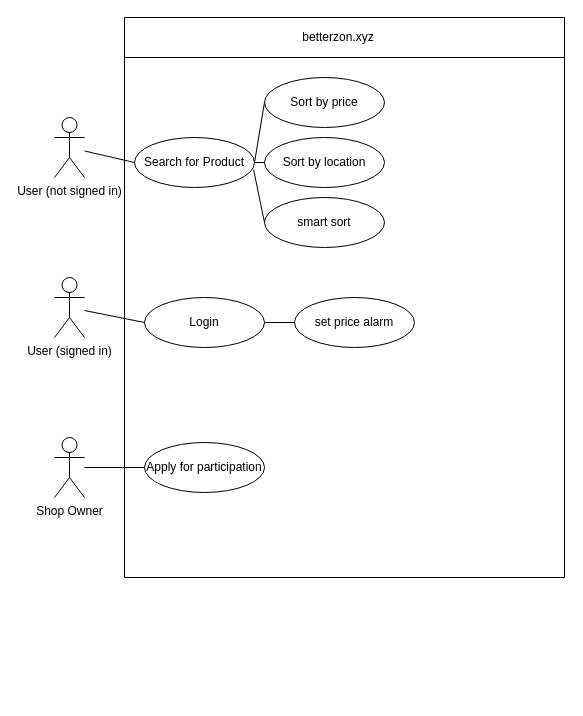
Before: doku/use-case-betterzon.drawio in Mueller-Patrick/Betterzon, a draw.io diagram. Source tidied: cells renumbered, new cells numbered last; positions are measured from the earlier drawing's top-left corner, leaving out a move shared by most shapes. Both pictures are drawn from the tidied source at 100%, with x=0, y=0 at pixel (54, 17).
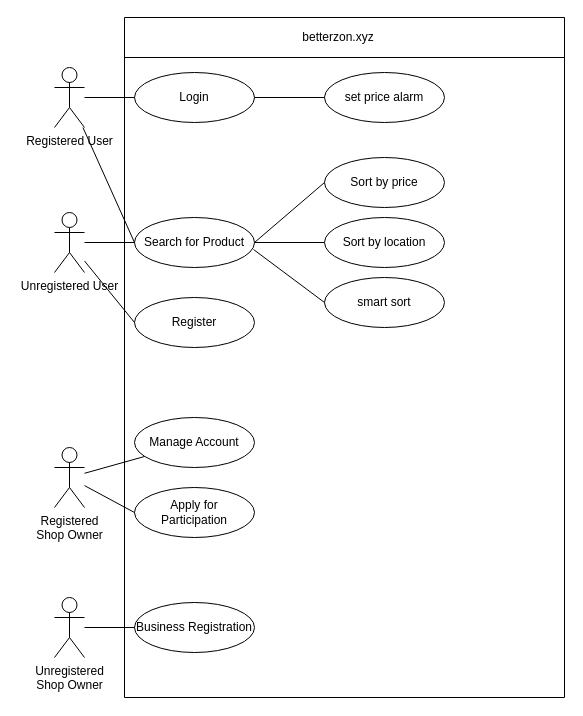
The same page after the edit.

Change to the diagram source:
```diff
@@
-    <mxCell id="2" value="User (signed in)" style="shape=umlActor;verticalLabelPosition=bottom;verticalAlign=top;html=1;" parent="1" vertex="1">
-      <mxGeometry y="260" width="30" height="60" as="geometry" />
+    <mxCell id="2" value="Registered User" style="shape=umlActor;verticalLabelPosition=bottom;verticalAlign=top;html=1;" parent="1" vertex="1">
+      <mxGeometry y="50" width="30" height="60" as="geometry" />
     </mxCell>
@@
     <mxCell id="4" style="endArrow=none;html=1;" parent="1" edge="1">
       <mxGeometry relative="1" as="geometry">
-        <mxPoint x="70" y="560" as="sourcePoint" />
+        <mxPoint x="70" y="680" as="sourcePoint" />
         <mxPoint x="70" as="targetPoint" />
       </mxGeometry>
     </mxCell>
     <mxCell id="5" style="endArrow=none;html=1;" parent="1" edge="1">
       <mxGeometry relative="1" as="geometry">
-        <mxPoint x="510" y="560" as="sourcePoint" />
+        <mxPoint x="510" y="680" as="sourcePoint" />
         <mxPoint x="510" as="targetPoint" />
       </mxGeometry>
     </mxCell>
     <mxCell id="6" style="endArrow=none;html=1;" parent="1" edge="1">
       <mxGeometry relative="1" as="geometry">
-        <mxPoint x="70" y="560" as="sourcePoint" />
-        <mxPoint x="510" y="560" as="targetPoint" />
+        <mxPoint x="70" y="680" as="sourcePoint" />
+        <mxPoint x="510" y="680" as="targetPoint" />
       </mxGeometry>
     </mxCell>
     <mxCell id="7" value="Search for Product" style="ellipse;whiteSpace=wrap;html=1;" parent="1" vertex="1">
-      <mxGeometry x="80" y="120" width="120" height="50" as="geometry" />
+      <mxGeometry x="80" y="200" width="120" height="50" as="geometry" />
     </mxCell>
@@
-    <mxCell id="10" value="User (not signed in)" style="shape=umlActor;verticalLabelPosition=bottom;verticalAlign=top;html=1;" parent="1" vertex="1">
-      <mxGeometry y="100" width="30" height="60" as="geometry" />
+    <mxCell id="10" value="Unregistered User" style="shape=umlActor;verticalLabelPosition=bottom;verticalAlign=top;html=1;" parent="1" vertex="1">
+      <mxGeometry y="195" width="30" height="60" as="geometry" />
     </mxCell>
-    <mxCell id="11" value="Shop Owner" style="shape=umlActor;verticalLabelPosition=bottom;verticalAlign=top;html=1;outlineConnect=0;" parent="1" vertex="1">
-      <mxGeometry y="420" width="30" height="60" as="geometry" />
+    <mxCell id="11" value="Unregistered &lt;br&gt;Shop Owner" style="shape=umlActor;verticalLabelPosition=bottom;verticalAlign=top;html=1;outlineConnect=0;" parent="1" vertex="1">
+      <mxGeometry y="580" width="30" height="60" as="geometry" />
     </mxCell>
     <mxCell id="12" value="Sort by price" style="ellipse;whiteSpace=wrap;html=1;" parent="1" vertex="1">
-      <mxGeometry x="210" y="60" width="120" height="50" as="geometry" />
+      <mxGeometry x="270" y="140" width="120" height="50" as="geometry" />
     </mxCell>
     <mxCell id="13" value="Sort by location" style="ellipse;whiteSpace=wrap;html=1;" parent="1" vertex="1">
-      <mxGeometry x="210" y="120" width="120" height="50" as="geometry" />
+      <mxGeometry x="270" y="200" width="120" height="50" as="geometry" />
     </mxCell>
     <mxCell id="14" value="smart sort" style="ellipse;whiteSpace=wrap;html=1;" parent="1" vertex="1">
-      <mxGeometry x="210" y="180" width="120" height="50" as="geometry" />
+      <mxGeometry x="270" y="260" width="120" height="50" as="geometry" />
     </mxCell>
     <mxCell id="15" value="Login" style="ellipse;whiteSpace=wrap;html=1;" parent="1" vertex="1">
-      <mxGeometry x="90" y="280" width="120" height="50" as="geometry" />
+      <mxGeometry x="80" y="55" width="120" height="50" as="geometry" />
     </mxCell>
-    <mxCell id="16" value="Apply for participation" style="ellipse;whiteSpace=wrap;html=1;" parent="1" vertex="1">
-      <mxGeometry x="90" y="425" width="120" height="50" as="geometry" />
+    <mxCell id="16" value="Business Registration" style="ellipse;whiteSpace=wrap;html=1;" parent="1" vertex="1">
+      <mxGeometry x="80" y="585" width="120" height="50" as="geometry" />
     </mxCell>
@@
     <mxCell id="21" style="endArrow=none;html=1;entryX=0;entryY=0.5;entryDx=0;entryDy=0;" parent="1" edge="1" target="13">
       <mxGeometry relative="1" as="geometry">
-        <mxPoint x="200" y="145" as="sourcePoint" />
+        <mxPoint x="200" y="225" as="sourcePoint" />
       </mxGeometry>
     </mxCell>
@@
     <mxCell id="23" value="set price alarm" style="ellipse;whiteSpace=wrap;html=1;" parent="1" vertex="1">
-      <mxGeometry x="240" y="280" width="120" height="50" as="geometry" />
+      <mxGeometry x="270" y="55" width="120" height="50" as="geometry" />
     </mxCell>
@@
+    <mxCell id="25" value="Register" style="ellipse;whiteSpace=wrap;html=1;" parent="1" vertex="1">
+      <mxGeometry x="80" y="280" width="120" height="50" as="geometry" />
+    </mxCell>
+    <mxCell id="26" style="endArrow=none;html=1;entryX=0;entryY=0.5;entryDx=0;entryDy=0;" parent="1" edge="1" source="10" target="25">
+      <mxGeometry relative="1" as="geometry" />
+    </mxCell>
+    <mxCell id="27" style="endArrow=none;html=1;entryX=0;entryY=0.5;entryDx=0;entryDy=0;" parent="1" edge="1" source="2" target="7">
+      <mxGeometry relative="1" as="geometry" />
+    </mxCell>
+    <mxCell id="28" value="Registered &lt;br&gt;Shop Owner" style="shape=umlActor;verticalLabelPosition=bottom;verticalAlign=top;html=1;outlineConnect=0;" parent="1" vertex="1">
+      <mxGeometry y="430" width="30" height="60" as="geometry" />
+    </mxCell>
+    <mxCell id="29" value="Manage Account" style="ellipse;whiteSpace=wrap;html=1;" parent="1" vertex="1">
+      <mxGeometry x="80" y="400" width="120" height="50" as="geometry" />
+    </mxCell>
+    <mxCell id="30" value="Apply for &lt;br&gt;Participation" style="ellipse;whiteSpace=wrap;html=1;" parent="1" vertex="1">
+      <mxGeometry x="80" y="470" width="120" height="50" as="geometry" />
+    </mxCell>
+    <mxCell id="31" style="endArrow=none;html=1;" parent="1" edge="1" source="28" target="29">
+      <mxGeometry relative="1" as="geometry" />
+    </mxCell>
+    <mxCell id="32" style="endArrow=none;html=1;entryX=0;entryY=0.5;entryDx=0;entryDy=0;" parent="1" edge="1" source="28" target="30">
+      <mxGeometry relative="1" as="geometry" />
+    </mxCell>
```
